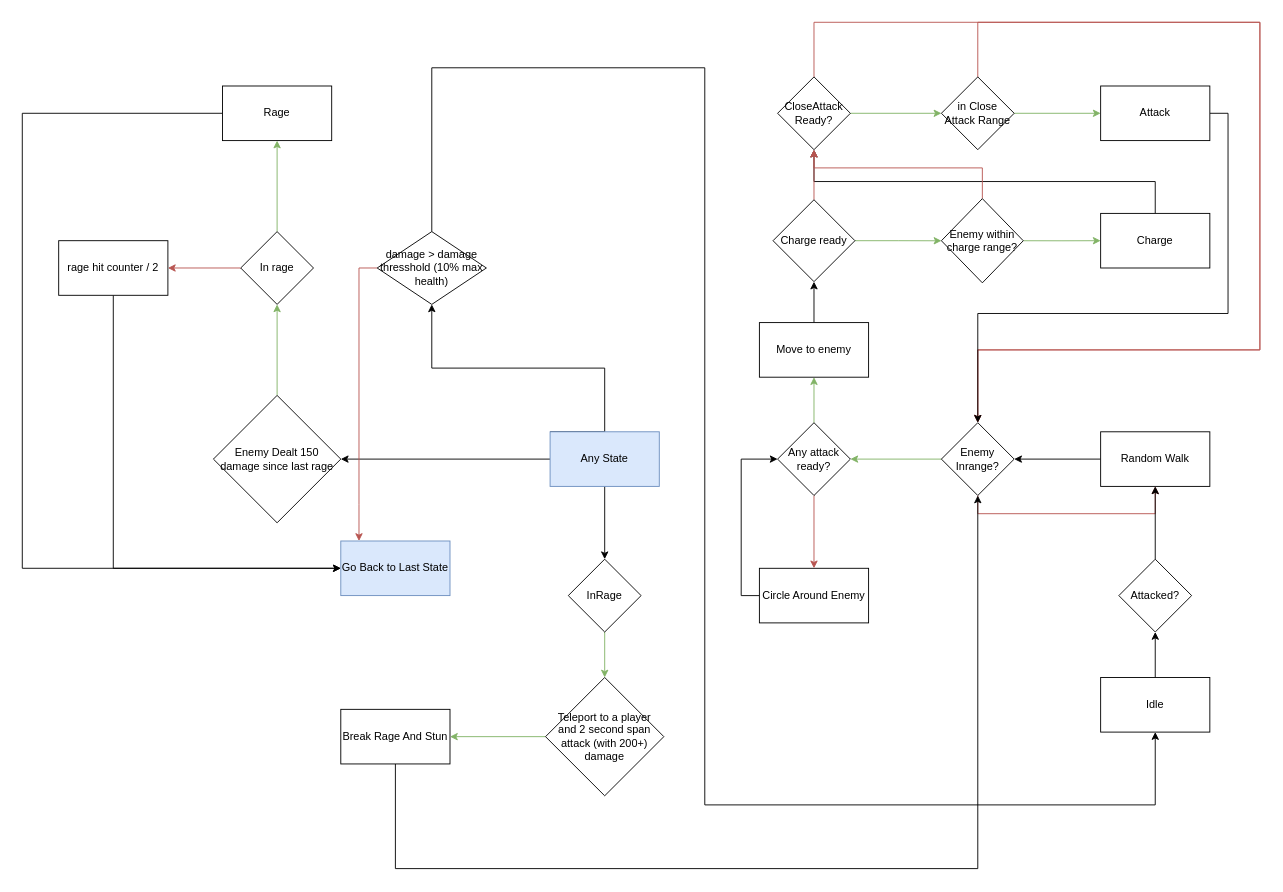
Before: Diagrams/death_giver_state.drawio in MikaelHans/Git_KB_UAS, a draw.io diagram. Source tidied: cells renumbered, new cells numbered last; positions are measured from the earlier drawing's top-left corner, leaving out a move shared by most shapes. Both pictures are drawn from the tidied source at 91%, with x=0, y=0 at pixel (22, 22).
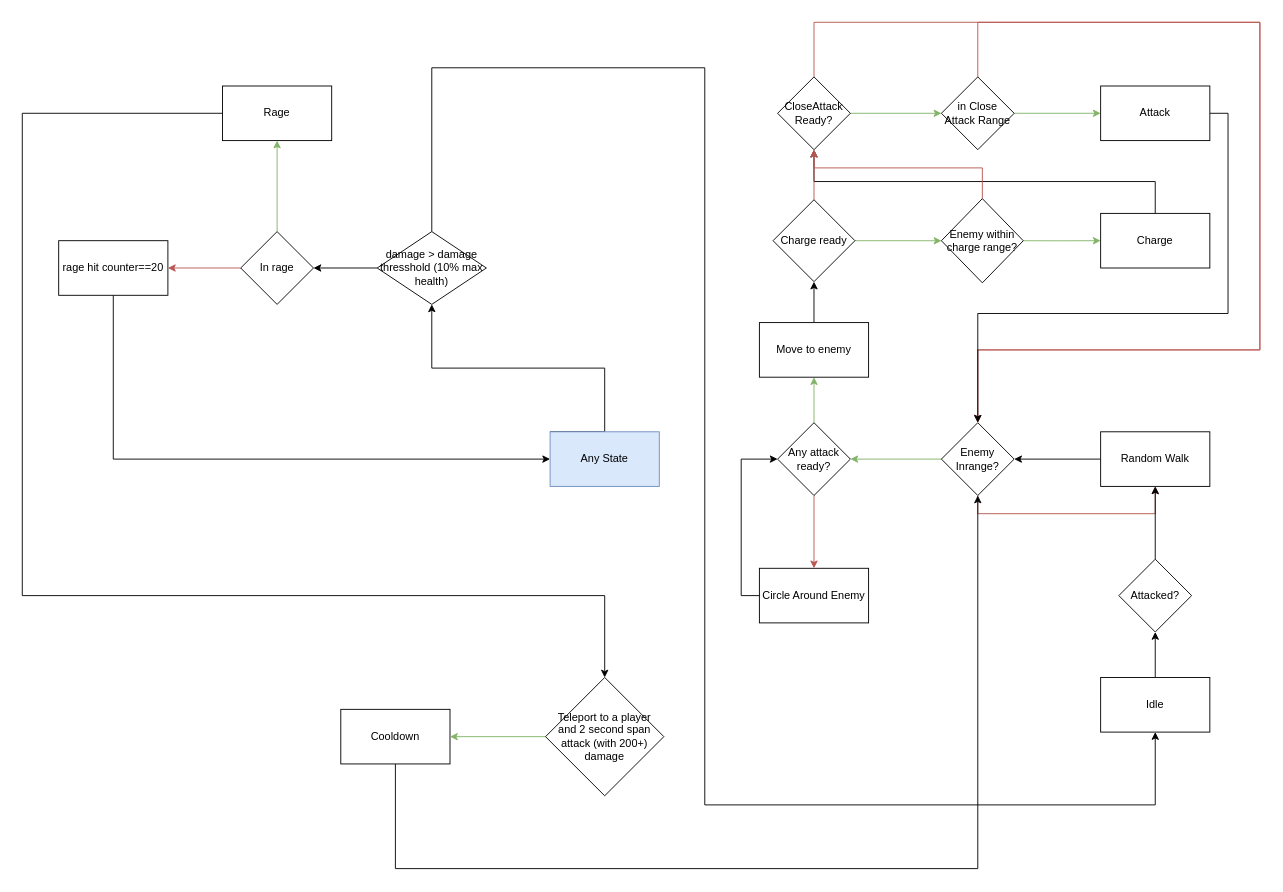
Above is the later version.

Unchanged cells that the change refers to:
```xml
<mxCell id="33" value="Any State" style="rounded=0;whiteSpace=wrap;html=1;fillColor=#dae8fc;strokeColor=#6c8ebf;" parent="1" vertex="1">
  <mxGeometry x="580" y="450" width="120" height="60" as="geometry" />
</mxCell>
<mxCell id="35" value="Rage" style="rounded=0;whiteSpace=wrap;html=1;" parent="1" vertex="1">
  <mxGeometry x="220" y="70" width="120" height="60" as="geometry" />
</mxCell>
<mxCell id="40" value="In rage" style="rhombus;whiteSpace=wrap;html=1;" parent="1" vertex="1">
  <mxGeometry x="240" y="230" width="80" height="80" as="geometry" />
</mxCell>
<mxCell id="46" value="Teleport to a player&lt;br&gt;and 2 second span&lt;br&gt;attack (with 200+)&lt;br&gt;damage" style="rhombus;whiteSpace=wrap;html=1;" parent="1" vertex="1">
  <mxGeometry x="575" y="720" width="130" height="130" as="geometry" />
</mxCell>
<mxCell id="52" value="damage &amp;gt; damage thresshold (10% max health)" style="rhombus;whiteSpace=wrap;html=1;" parent="1" vertex="1">
  <mxGeometry x="390" y="230" width="120" height="80" as="geometry" />
</mxCell>
```

Diff of the diagram source:
```diff
@@
-    <mxCell id="30" style="edgeStyle=orthogonalEdgeStyle;rounded=0;jettySize=auto;html=1;exitX=0;exitY=0.5;exitDx=0;exitDy=0;" parent="1" edge="1" source="33" target="37">
-      <mxGeometry relative="1" as="geometry" />
-    </mxCell>
-    <mxCell id="31" style="edgeStyle=orthogonalEdgeStyle;rounded=0;jettySize=auto;html=1;exitX=0.5;exitY=1;exitDx=0;exitDy=0;entryX=0.5;entryY=0;entryDx=0;entryDy=0;" parent="1" edge="1" source="33" target="44">
-      <mxGeometry relative="1" as="geometry" />
-    </mxCell>
@@
-    <mxCell id="34" style="edgeStyle=orthogonalEdgeStyle;rounded=0;jettySize=auto;html=1;exitX=0;exitY=0.5;exitDx=0;exitDy=0;entryX=0;entryY=0.5;entryDx=0;entryDy=0;" parent="1" edge="1" source="35" target="54">
+    <mxCell id="34" style="edgeStyle=orthogonalEdgeStyle;rounded=0;jettySize=auto;html=1;exitX=0;exitY=0.5;exitDx=0;exitDy=0;" parent="1" edge="1" source="35">
       <mxGeometry relative="1" as="geometry">
+        <mxPoint x="640" y="720" as="targetPoint" />
         <Array as="points">
           <mxPoint y="100" />
-          <mxPoint y="600" />
+          <mxPoint y="630" />
         </Array>
       </mxGeometry>
     </mxCell>
@@
-    <mxCell id="36" style="edgeStyle=orthogonalEdgeStyle;rounded=0;jettySize=auto;html=1;exitX=0.5;exitY=0;exitDx=0;exitDy=0;entryX=0.5;entryY=1;entryDx=0;entryDy=0;fillColor=#d5e8d4;strokeColor=#82b366;" parent="1" edge="1" source="37" target="40">
-      <mxGeometry relative="1" as="geometry" />
-    </mxCell>
-    <mxCell id="37" value="Enemy Dealt 150 damage since last rage" style="rhombus;whiteSpace=wrap;html=1;" parent="1" vertex="1">
-      <mxGeometry x="210" y="410" width="140" height="140" as="geometry" />
-    </mxCell>
@@
-    <mxCell id="41" style="edgeStyle=orthogonalEdgeStyle;rounded=0;jettySize=auto;html=1;exitX=0.5;exitY=1;exitDx=0;exitDy=0;" parent="1" edge="1" source="42">
+    <mxCell id="41" style="edgeStyle=orthogonalEdgeStyle;rounded=0;jettySize=auto;html=1;exitX=0.5;exitY=1;exitDx=0;exitDy=0;entryX=0;entryY=0.5;entryDx=0;entryDy=0;" parent="1" edge="1" source="42" target="33">
       <mxGeometry relative="1" as="geometry">
-        <mxPoint x="350" y="600" as="targetPoint" />
         <Array as="points">
-          <mxPoint x="100" y="600" />
+          <mxPoint x="100" y="480" />
         </Array>
       </mxGeometry>
     </mxCell>
-    <mxCell id="42" value="rage hit counter / 2" style="rounded=0;whiteSpace=wrap;html=1;" parent="1" vertex="1">
+    <mxCell id="42" value="rage hit counter==20" style="rounded=0;whiteSpace=wrap;html=1;" parent="1" vertex="1">
       <mxGeometry x="40" y="240" width="120" height="60" as="geometry" />
     </mxCell>
-    <mxCell id="43" style="edgeStyle=orthogonalEdgeStyle;rounded=0;jettySize=auto;html=1;exitX=0.5;exitY=1;exitDx=0;exitDy=0;entryX=0.5;entryY=0;entryDx=0;entryDy=0;fillColor=#d5e8d4;strokeColor=#82b366;" parent="1" edge="1" source="44" target="46">
-      <mxGeometry relative="1" as="geometry" />
-    </mxCell>
-    <mxCell id="44" value="InRage" style="rhombus;whiteSpace=wrap;html=1;" parent="1" vertex="1">
-      <mxGeometry x="600" y="590" width="80" height="80" as="geometry" />
-    </mxCell>
@@
-    <mxCell id="48" value="Break Rage And Stun" style="rounded=0;whiteSpace=wrap;html=1;" parent="1" vertex="1">
+    <mxCell id="48" value="Cooldown" style="rounded=0;whiteSpace=wrap;html=1;" parent="1" vertex="1">
       <mxGeometry x="350" y="755" width="120" height="60" as="geometry" />
     </mxCell>
@@
-    <mxCell id="51" style="edgeStyle=orthogonalEdgeStyle;rounded=0;jettySize=auto;html=1;exitX=0;exitY=0.5;exitDx=0;exitDy=0;fillColor=#f8cecc;strokeColor=#b85450;" parent="1" edge="1" source="52">
-      <mxGeometry relative="1" as="geometry">
-        <mxPoint x="370" y="570" as="targetPoint" />
-        <Array as="points">
-          <mxPoint x="370" y="270" />
-          <mxPoint x="370" y="530" />
-        </Array>
-      </mxGeometry>
-    </mxCell>
+    <mxCell id="57" style="edgeStyle=orthogonalEdgeStyle;rounded=0;jettySize=auto;html=1;entryX=1;entryY=0.5;entryDx=0;entryDy=0;" parent="1" edge="1" source="52" target="40">
+      <mxGeometry relative="1" as="geometry" />
+    </mxCell>
@@
-    <mxCell id="54" value="Go Back to Last State" style="rounded=0;whiteSpace=wrap;html=1;fillColor=#dae8fc;strokeColor=#6c8ebf;" parent="1" vertex="1">
-      <mxGeometry x="350" y="570" width="120" height="60" as="geometry" />
-    </mxCell>
```
